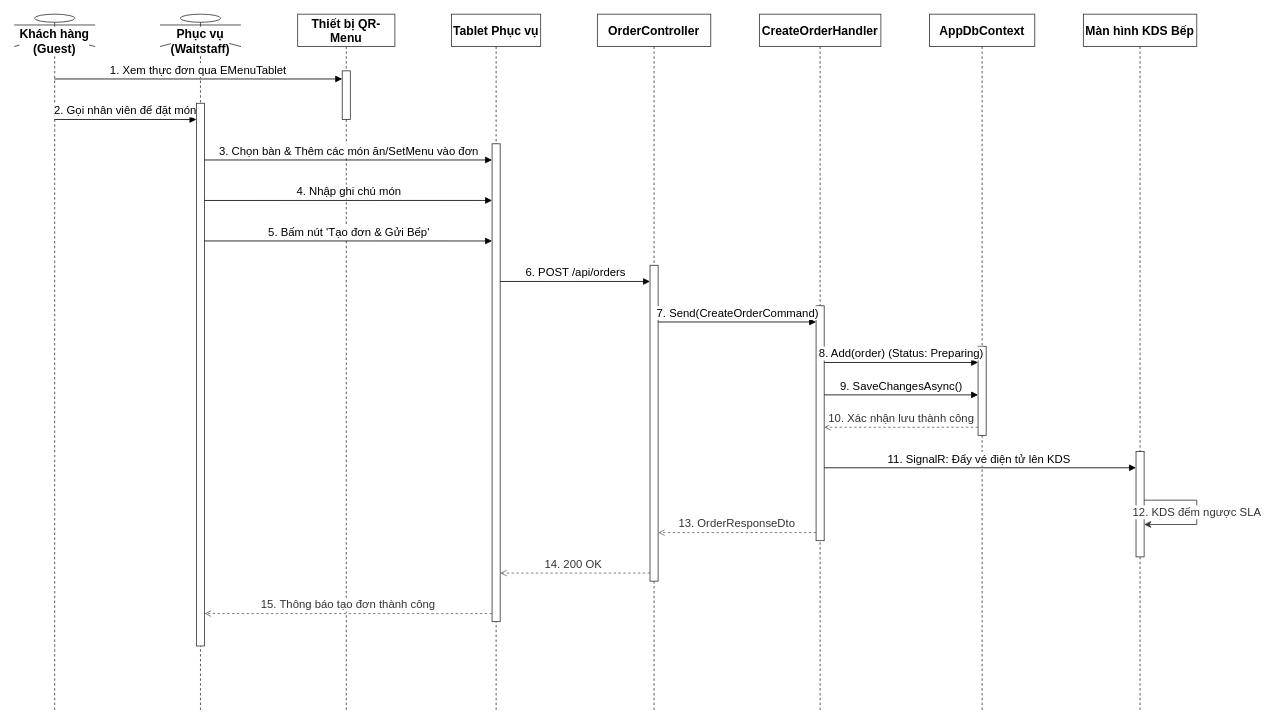
The draw.io diagram docs/phase1/drawio/sd02_waitstaff_ordering.drawio in AndrewQng/VinDining, before the edit. Source tidied: cells renumbered, new cells numbered last; positions are measured from the earlier drawing's top-left corner, leaving out a move shared by most shapes. Both pictures are drawn from the tidied source at 81%, with x=0, y=0 at pixel (14, 14).
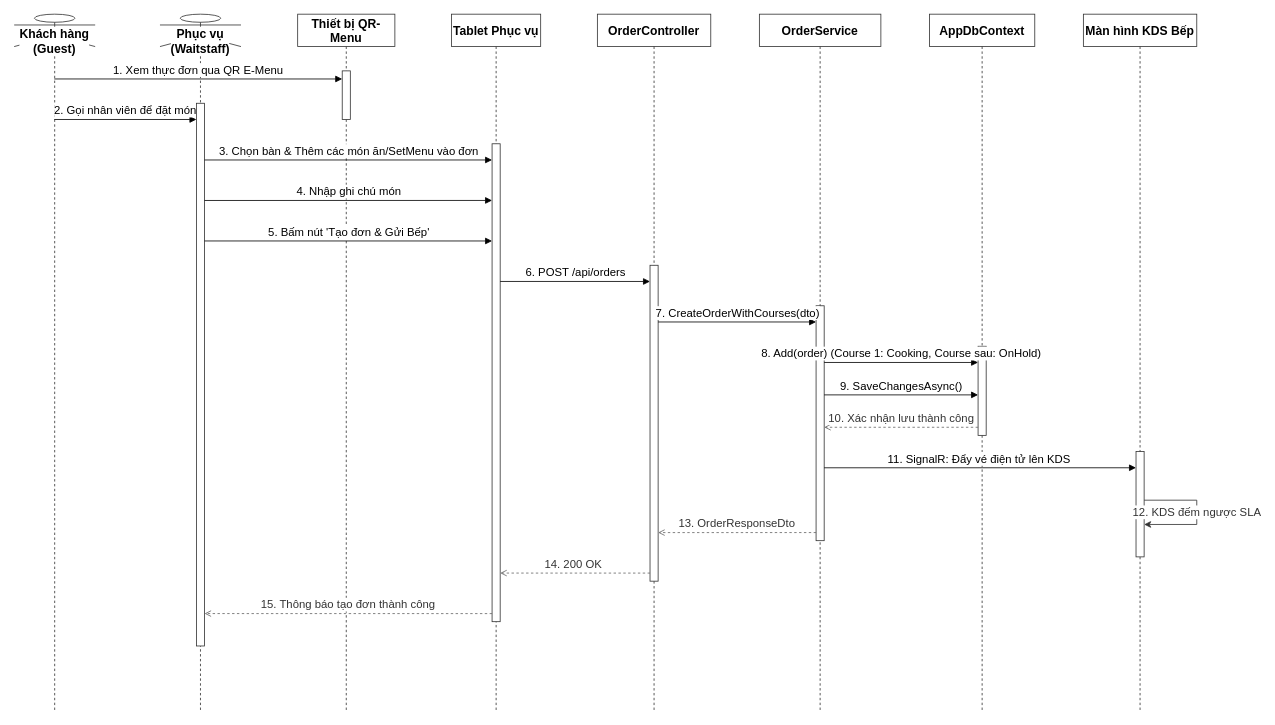
Above is the later version.

Unchanged cells that the change refers to:
```xml
<mxCell id="2" value="Khách hàng&#10;(Guest)" style="shape=umlLifeline;perimeter=lifelinePerimeter;whiteSpace=wrap;html=1;outlineConnect=0;portConstraint=eastwest;size=40;participant=umlActor;verticalAlign=bottom;spacingBottom=-14;labelBackgroundColor=#ffffff;fontSize=15;fontStyle=1;strokeColor=#333333;" parent="1" vertex="1">
  <mxGeometry width="100" height="860" as="geometry" />
</mxCell>
<mxCell id="6" style="html=1;points=[];perimeter=orthogonalPerimeter;outlineConnect=0;fillColor=#ffffff;strokeColor=#333333;fontSize=14;" parent="5" vertex="1">
  <mxGeometry x="55" y="70" width="10" height="60" as="geometry" />
</mxCell>
<mxCell id="10" style="html=1;points=[];perimeter=orthogonalPerimeter;outlineConnect=0;fillColor=#ffffff;strokeColor=#333333;fontSize=14;" parent="9" vertex="1">
  <mxGeometry x="65" y="310" width="10" height="390" as="geometry" />
</mxCell>
<mxCell id="12" style="html=1;points=[];perimeter=orthogonalPerimeter;outlineConnect=0;fillColor=#ffffff;strokeColor=#333333;fontSize=14;" parent="11" vertex="1">
  <mxGeometry x="70" y="360" width="10" height="290" as="geometry" />
</mxCell>
<mxCell id="14" style="html=1;points=[];perimeter=orthogonalPerimeter;outlineConnect=0;fillColor=#ffffff;strokeColor=#333333;fontSize=14;" parent="13" vertex="1">
  <mxGeometry x="60" y="410" width="10" height="110" as="geometry" />
</mxCell>
```

The edit, as a diff of the source:
```diff
@@
-    <mxCell id="11" value="CreateOrderHandler" style="shape=umlLifeline;perimeter=lifelinePerimeter;whiteSpace=wrap;html=1;size=40;fontSize=15;fontStyle=1;fillColor=#ffffff;strokeColor=#333333;" parent="1" vertex="1">
+    <mxCell id="11" value="OrderService" style="shape=umlLifeline;perimeter=lifelinePerimeter;whiteSpace=wrap;html=1;size=40;fontSize=15;fontStyle=1;fillColor=#ffffff;strokeColor=#333333;" parent="1" vertex="1">
       <mxGeometry x="920" width="150" height="860" as="geometry" />
     </mxCell>
@@
-    <mxCell id="17" value="1. Xem thực đơn qua EMenuTablet" style="html=1;verticalAlign=bottom;endArrow=block;curved=0;rounded=0;exitX=0.5;exitY=0.0930;entryX=0;entryY=0.1667;fontSize=14;" parent="1" edge="1" source="2" target="6">
+    <mxCell id="17" value="1. Xem thực đơn qua QR E-Menu" style="html=1;verticalAlign=bottom;endArrow=block;curved=0;rounded=0;exitX=0.5;exitY=0.0930;entryX=0;entryY=0.1667;fontSize=14;" parent="1" edge="1" source="2" target="6">
       <mxGeometry relative="1" as="geometry" />
     </mxCell>
@@
-    <mxCell id="23" value="7. Send(CreateOrderCommand)" style="html=1;verticalAlign=bottom;endArrow=block;curved=0;rounded=0;exitX=1;exitY=0.1795;entryX=0;entryY=0.0690;fontSize=14;" parent="1" edge="1" source="10" target="12">
+    <mxCell id="23" value="7. CreateOrderWithCourses(dto)" style="html=1;verticalAlign=bottom;endArrow=block;curved=0;rounded=0;exitX=1;exitY=0.1795;entryX=0;entryY=0.0690;fontSize=14;" parent="1" edge="1" source="10" target="12">
       <mxGeometry relative="1" as="geometry" />
     </mxCell>
-    <mxCell id="24" value="8. Add(order) (Status: Preparing)" style="html=1;verticalAlign=bottom;endArrow=block;curved=0;rounded=0;exitX=1;exitY=0.2414;entryX=0;entryY=0.1818;fontSize=14;" parent="1" edge="1" source="12" target="14">
+    <mxCell id="24" value="8. Add(order) (Course 1: Cooking, Course sau: OnHold)" style="html=1;verticalAlign=bottom;endArrow=block;curved=0;rounded=0;exitX=1;exitY=0.2414;entryX=0;entryY=0.1818;fontSize=14;" parent="1" edge="1" source="12" target="14">
       <mxGeometry relative="1" as="geometry" />
     </mxCell>
```
